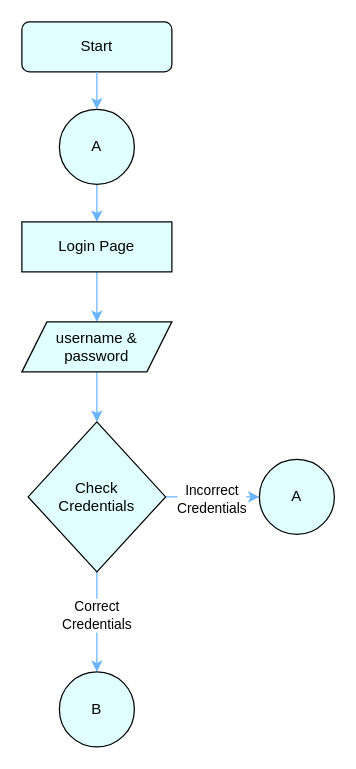
Above: page "Page-4" (4 of 5) of src/docs/diagram/flowchart.drawio in kishore-sunchu/PRMS (draw.io), before the change. Source tidied: cells renumbered, new cells numbered last; positions are measured from the earlier drawing's top-left corner, leaving out a move shared by most shapes. Both pictures are drawn from the tidied source at 125%, with x=0, y=0 at pixel (21, 21).
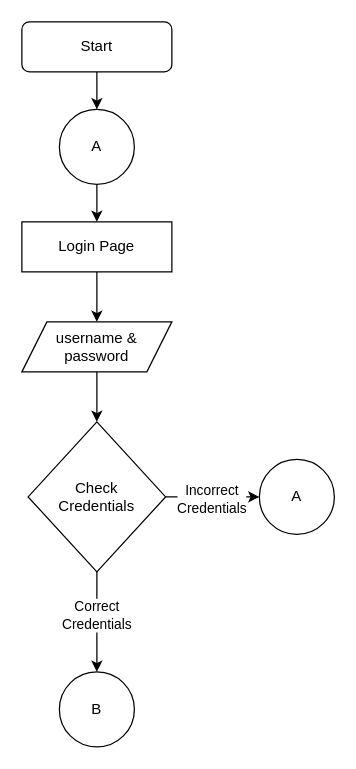
The same page after the edit.

What changed in the source:
```diff
@@
 <mxGraphModel>
   <root>
     <mxCell id="0" />
     <mxCell id="1" parent="0" />
-    <mxCell id="2" style="edgeStyle=orthogonalEdgeStyle;rounded=0;jettySize=auto;html=1;exitX=0.5;exitY=1;exitDx=0;exitDy=0;entryX=0.5;entryY=0;entryDx=0;entryDy=0;strokeColor=#69b4ff;" parent="1" edge="1" source="14" target="5">
+    <mxCell id="2" style="edgeStyle=orthogonalEdgeStyle;rounded=0;jettySize=auto;html=1;exitX=0.5;exitY=1;exitDx=0;exitDy=0;entryX=0.5;entryY=0;entryDx=0;entryDy=0;" parent="1" edge="1" source="14" target="5">
       <mxGeometry relative="1" as="geometry" />
     </mxCell>
-    <mxCell id="3" value="Start" style="rounded=1;whiteSpace=wrap;html=1;fillColor=#e0ffff;" parent="1" vertex="1">
+    <mxCell id="3" value="Start" style="rounded=1;whiteSpace=wrap;html=1;" parent="1" vertex="1">
       <mxGeometry width="120" height="40" as="geometry" />
     </mxCell>
-    <mxCell id="4" style="edgeStyle=orthogonalEdgeStyle;rounded=0;jettySize=auto;html=1;exitX=0.5;exitY=1;exitDx=0;exitDy=0;entryX=0.5;entryY=0;entryDx=0;entryDy=0;strokeColor=#69b4ff;" parent="1" edge="1" source="5" target="12">
+    <mxCell id="4" style="edgeStyle=orthogonalEdgeStyle;rounded=0;jettySize=auto;html=1;exitX=0.5;exitY=1;exitDx=0;exitDy=0;entryX=0.5;entryY=0;entryDx=0;entryDy=0;" parent="1" edge="1" source="5" target="12">
       <mxGeometry relative="1" as="geometry" />
     </mxCell>
-    <mxCell id="5" value="Login Page" style="rounded=0;whiteSpace=wrap;html=1;fillColor=#e0ffff;" parent="1" vertex="1">
+    <mxCell id="5" value="Login Page" style="rounded=0;whiteSpace=wrap;html=1;" parent="1" vertex="1">
       <mxGeometry y="160" width="120" height="40" as="geometry" />
     </mxCell>
-    <mxCell id="6" style="edgeStyle=orthogonalEdgeStyle;rounded=0;jettySize=auto;html=1;exitX=1;exitY=0.5;exitDx=0;exitDy=0;entryX=0;entryY=0.5;entryDx=0;entryDy=0;strokeColor=#69b4ff;" parent="1" edge="1" source="10" target="15">
+    <mxCell id="6" style="edgeStyle=orthogonalEdgeStyle;rounded=0;jettySize=auto;html=1;exitX=1;exitY=0.5;exitDx=0;exitDy=0;entryX=0;entryY=0.5;entryDx=0;entryDy=0;" parent="1" edge="1" source="10" target="15">
       <mxGeometry relative="1" as="geometry" />
     </mxCell>
     <mxCell id="7" value="Incorrect&lt;br&gt;Credentials" style="edgeLabel;html=1;align=center;verticalAlign=middle;" parent="6" vertex="1">
       <mxGeometry x="-0.04" y="-1" relative="1" as="geometry" />
     </mxCell>
-    <mxCell id="8" style="edgeStyle=orthogonalEdgeStyle;rounded=0;jettySize=auto;html=1;strokeColor=#69b4ff;" parent="1" edge="1" source="10">
+    <mxCell id="8" style="edgeStyle=orthogonalEdgeStyle;rounded=0;jettySize=auto;html=1;" parent="1" edge="1" source="10">
       <mxGeometry relative="1" as="geometry">
         <mxPoint x="60" y="520" as="targetPoint" />
       </mxGeometry>
     </mxCell>
     <mxCell id="9" value="Correct&lt;br&gt;Credentials" style="edgeLabel;html=1;align=center;verticalAlign=middle;" parent="8" vertex="1">
       <mxGeometry x="-0.15" y="-1" relative="1" as="geometry" />
     </mxCell>
-    <mxCell id="10" value="Check&lt;br&gt;Credentials" style="rhombus;whiteSpace=wrap;html=1;fillColor=#e0ffff;" parent="1" vertex="1">
+    <mxCell id="10" value="Check&lt;br&gt;Credentials" style="rhombus;whiteSpace=wrap;html=1;" parent="1" vertex="1">
       <mxGeometry x="5" y="320" width="110" height="120" as="geometry" />
     </mxCell>
-    <mxCell id="11" style="edgeStyle=orthogonalEdgeStyle;rounded=0;jettySize=auto;html=1;exitX=0.5;exitY=1;exitDx=0;exitDy=0;entryX=0.5;entryY=0;entryDx=0;entryDy=0;strokeColor=#69b4ff;" parent="1" edge="1" source="12" target="10">
+    <mxCell id="11" style="edgeStyle=orthogonalEdgeStyle;rounded=0;jettySize=auto;html=1;exitX=0.5;exitY=1;exitDx=0;exitDy=0;entryX=0.5;entryY=0;entryDx=0;entryDy=0;" parent="1" edge="1" source="12" target="10">
       <mxGeometry relative="1" as="geometry" />
     </mxCell>
-    <mxCell id="12" value="username &amp;amp;&lt;br&gt;password" style="shape=parallelogram;perimeter=parallelogramPerimeter;whiteSpace=wrap;html=1;fixedSize=1;fillColor=#e0ffff;" parent="1" vertex="1">
+    <mxCell id="12" value="username &amp;amp;&lt;br&gt;password" style="shape=parallelogram;perimeter=parallelogramPerimeter;whiteSpace=wrap;html=1;fixedSize=1;" parent="1" vertex="1">
       <mxGeometry y="240" width="120" height="40" as="geometry" />
     </mxCell>
-    <mxCell id="13" style="edgeStyle=orthogonalEdgeStyle;rounded=0;jettySize=auto;html=1;exitX=0.5;exitY=1;exitDx=0;exitDy=0;entryX=0.5;entryY=0;entryDx=0;entryDy=0;strokeColor=#69b4ff;" parent="1" edge="1" source="3" target="14">
+    <mxCell id="13" style="edgeStyle=orthogonalEdgeStyle;rounded=0;jettySize=auto;html=1;exitX=0.5;exitY=1;exitDx=0;exitDy=0;entryX=0.5;entryY=0;entryDx=0;entryDy=0;" parent="1" edge="1" source="3" target="14">
       <mxGeometry relative="1" as="geometry" />
     </mxCell>
-    <mxCell id="14" value="A" style="ellipse;whiteSpace=wrap;html=1;fillColor=#e0ffff;" parent="1" vertex="1">
+    <mxCell id="14" value="A" style="ellipse;whiteSpace=wrap;html=1;" parent="1" vertex="1">
       <mxGeometry x="30" y="70" width="60" height="60" as="geometry" />
     </mxCell>
-    <mxCell id="15" value="A" style="ellipse;whiteSpace=wrap;html=1;fillColor=#e0ffff;" parent="1" vertex="1">
+    <mxCell id="15" value="A" style="ellipse;whiteSpace=wrap;html=1;" parent="1" vertex="1">
       <mxGeometry x="190" y="350" width="60" height="60" as="geometry" />
     </mxCell>
-    <mxCell id="16" value="B" style="ellipse;whiteSpace=wrap;html=1;fillColor=#e0ffff;" parent="1" vertex="1">
+    <mxCell id="16" value="B" style="ellipse;whiteSpace=wrap;html=1;" parent="1" vertex="1">
       <mxGeometry x="30" y="520" width="60" height="60" as="geometry" />
     </mxCell>
   </root>
 </mxGraphModel>
```
